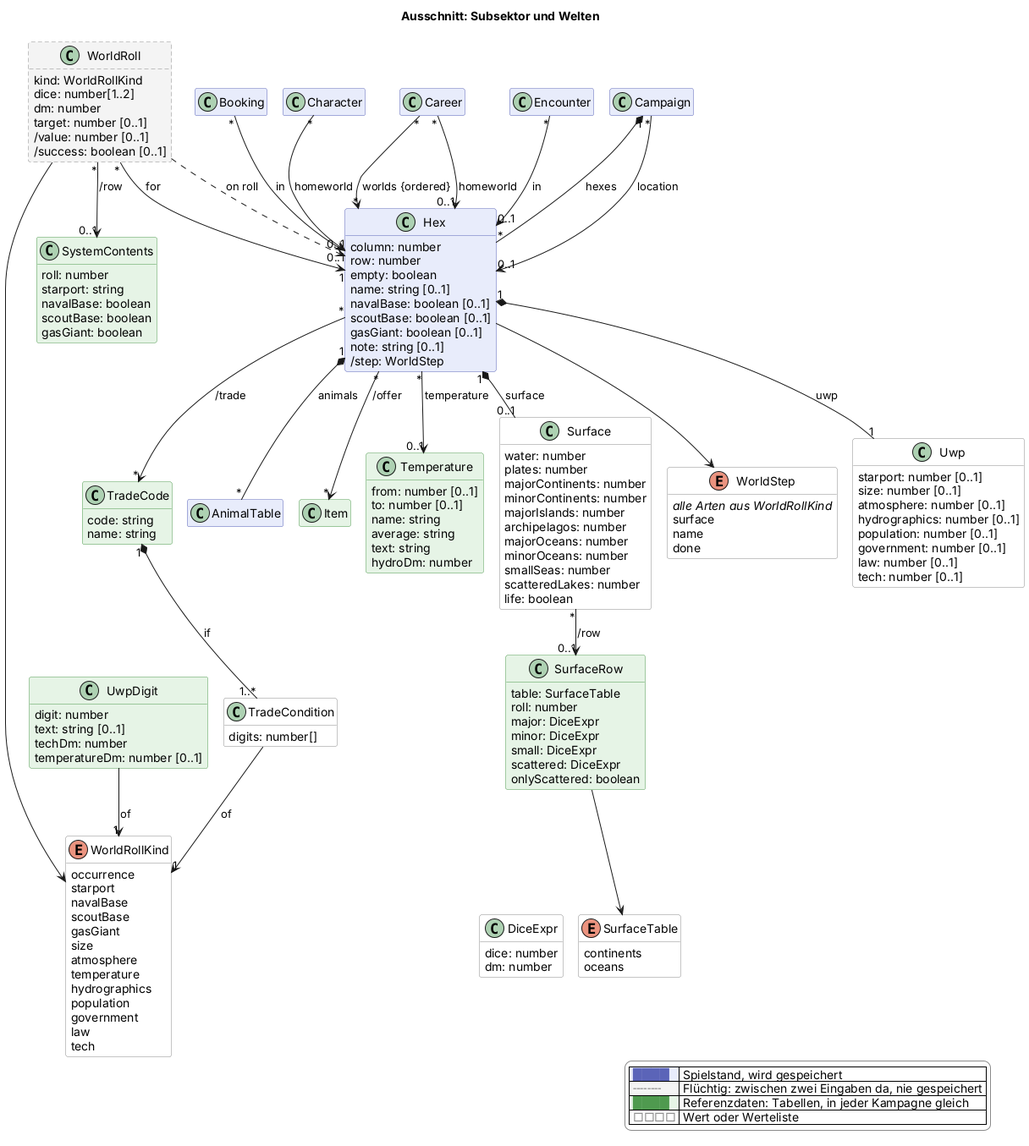
The PlantUML diagram docs/views/sektor.png in scuzzar/SRE, before a commit. The source it was exported from:
```plantuml
@startuml
!if %not(%variable_exists("$change"))
!$change = "*"
!endif
!function $marked($c)
!return $change == "*" || $change == $c
!endfunction
!function $new($c, $t)
!if $marked($c)
!return "<color:#d0021b><b>" + $t + "</b></color>"
!endif
!return $t
!endfunction
!procedure $gone($c, $t)
!if $marked($c)
<color:#d0021b><s>$t</s></color>
!endif
!endprocedure
!function $newClass($c)
!if $marked($c)
!return "#line:d0021b;line.bold"
!endif
!return ""
!endfunction
!function $newArrow($c)
!if $marked($c)
!return "[#d0021b,bold]"
!endif
!return ""
!endfunction
!function $goneArrow($c)
!if $marked($c)
!return "[#d0021b,dashed]"
!endif
!return ""
!endfunction
!pragma layout smetana
title Ausschnitt: Subsektor und Welten
hide empty members
hide methods
skinparam classAttributeIconSize 0
skinparam shadowing false
skinparam packageStyle rectangle
skinparam class {
  BackgroundColor #e8ecfb
  BorderColor #5b64b8
  BackgroundColor<<transient>> #f4f4f4
  BorderColor<<transient>> #8a8a8a
  BackgroundColor<<reference>> #e6f4e6
  BorderColor<<reference>> #4f9a4f
  BackgroundColor<<value>> #ffffff
  BorderColor<<value>> #8a8a8a
}
skinparam legendBackgroundColor #ffffff
skinparam legendBorderColor #8a8a8a
<style>
classDiagram {
  class {
    .transient {
      LineStyle 5-3
    }
  }
}
</style>
hide <<transient>> stereotype
hide <<reference>> stereotype
hide <<value>> stereotype

  class Campaign $kampagne
  class Booking $shop
  class Character $charakter

  class Career $erschaffung

  class Hex $sektor {
    column: number
    row: number
    empty: boolean
    name: string [0..1]
    navalBase: boolean [0..1]
    scoutBase: boolean [0..1]
    gasGiant: boolean [0..1]
    note: string [0..1]
    /step: WorldStep
  }
  class Uwp <<value>> $sektor {
    starport: number [0..1]
    size: number [0..1]
    atmosphere: number [0..1]
    hydrographics: number [0..1]
    population: number [0..1]
    government: number [0..1]
    law: number [0..1]
    tech: number [0..1]
  }
  class WorldRoll <<transient>> $sektor {
    kind: WorldRollKind
    dice: number[1..2]
    dm: number
    target: number [0..1]
    /value: number [0..1]
    /success: boolean [0..1]
  }


  class Encounter $begegnung
  class AnimalTable $begegnung

  class Item <<reference>> $shop
  class SystemContents <<reference>> $sektor {
    roll: number
    starport: string
    navalBase: boolean
    scoutBase: boolean
    gasGiant: boolean
  }
  class UwpDigit <<reference>> $sektor {
    digit: number
    text: string [0..1]
    techDm: number
    temperatureDm: number [0..1]
  }
  class Surface <<value>> $sektor {
    water: number
    plates: number
    majorContinents: number
    minorContinents: number
    majorIslands: number
    archipelagos: number
    majorOceans: number
    minorOceans: number
    smallSeas: number
    scatteredLakes: number
    life: boolean
  }
  class SurfaceRow <<reference>> $sektor {
    table: SurfaceTable
    roll: number
    major: DiceExpr
    minor: DiceExpr
    small: DiceExpr
    scattered: DiceExpr
    onlyScattered: boolean
  }
  enum SurfaceTable <<value>> $sektor {
    continents
    oceans
  }
  class DiceExpr <<value>> $sektor {
    dice: number
    dm: number
  }
  class Temperature <<reference>> $sektor {
    from: number [0..1]
    to: number [0..1]
    name: string
    average: string
    text: string
    hydroDm: number
  }
  class TradeCode <<reference>> $sektor {
    code: string
    name: string
  }
  class TradeCondition <<value>> $sektor {
    digits: number[]
  }
  enum WorldRollKind <<value>> $sektor {
    occurrence
    starport
    navalBase
    scoutBase
    gasGiant
    size
    atmosphere
    temperature
    hydrographics
    population
    government
    law
    tech
  }
  enum WorldStep <<value>> $sektor {
    <i>alle Arten aus WorldRollKind</i>
    surface
    name
    done
  }

Campaign "*" --> "0..1" Hex : location
Booking "*" --> "0..1" Hex : in

Career "*" --> "0..1" Hex : homeworld
Career "*" --> "*" Hex : worlds {ordered}
Character "*" --> "0..1" Hex : homeworld


Campaign "1" *-- "*" Hex : hexes
Hex "1" *-- "1" Uwp : uwp
Hex --> WorldStep
WorldRoll "*" --> "1" Hex : for
WorldRoll ..> Hex : on roll
Hex "*" --> "*" TradeCode : /trade
Hex "*" --> "0..1" Temperature : temperature
Hex "1" *-- "0..1" Surface : surface
Surface "*" --> "0..1" SurfaceRow : /row
SurfaceRow --> SurfaceTable
SurfaceRow -[hidden]- DiceExpr
WorldRoll --> WorldRollKind
WorldRoll "*" --> "0..1" SystemContents : /row
UwpDigit --> "1" WorldRollKind : of
TradeCode "1" *-- "1..*" TradeCondition : if
TradeCondition --> "1" WorldRollKind : of


Hex "*" --> "*" Item : /offer




Hex "1" *-- "*" AnimalTable : animals
Encounter "*" --> "0..1" Hex : in



legend right
  |<#e8ecfb> <color:#5b64b8>████</color> | Spielstand, wird gespeichert |
  |<#f4f4f4> <color:#8a8a8a>╌╌╌╌</color> | Flüchtig: zwischen zwei Eingaben da, nie gespeichert |
  |<#e6f4e6> <color:#4f9a4f>████</color> | Referenzdaten: Tabellen, in jeder Kampagne gleich |
  |<#ffffff> <color:#8a8a8a>□□□□</color> | Wert oder Werteliste |
endlegend
@enduml
```
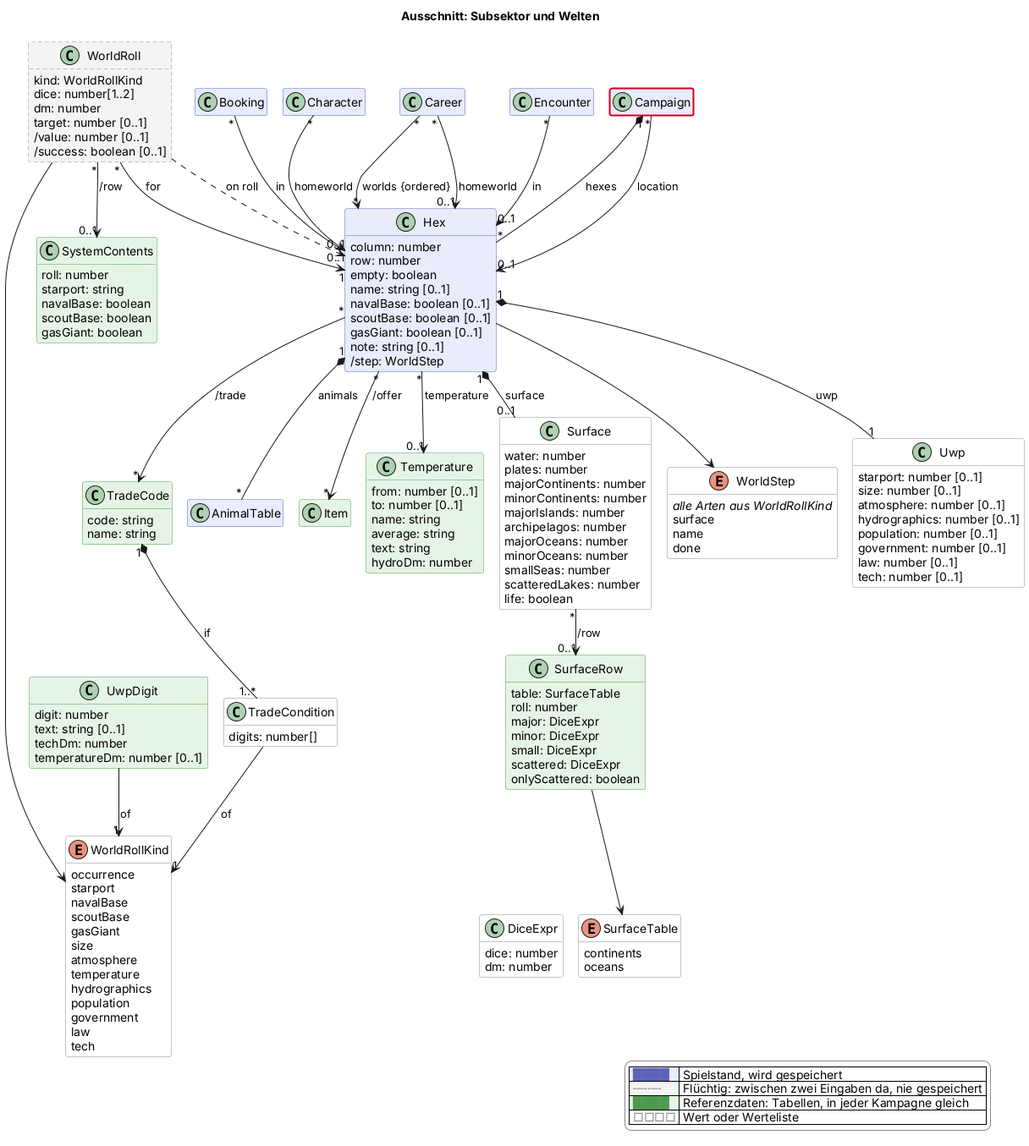
After the commit.

The edit, as a diff of the source:
```diff
@@ -229,4 +229,5 @@
   |<#e6f4e6> <color:#4f9a4f>████</color> | Referenzdaten: Tabellen, in jeder Kampagne gleich |
   |<#ffffff> <color:#8a8a8a>□□□□</color> | Wert oder Werteliste |
 endlegend
+class Campaign #line:d0021b;line.bold
 @enduml
```
